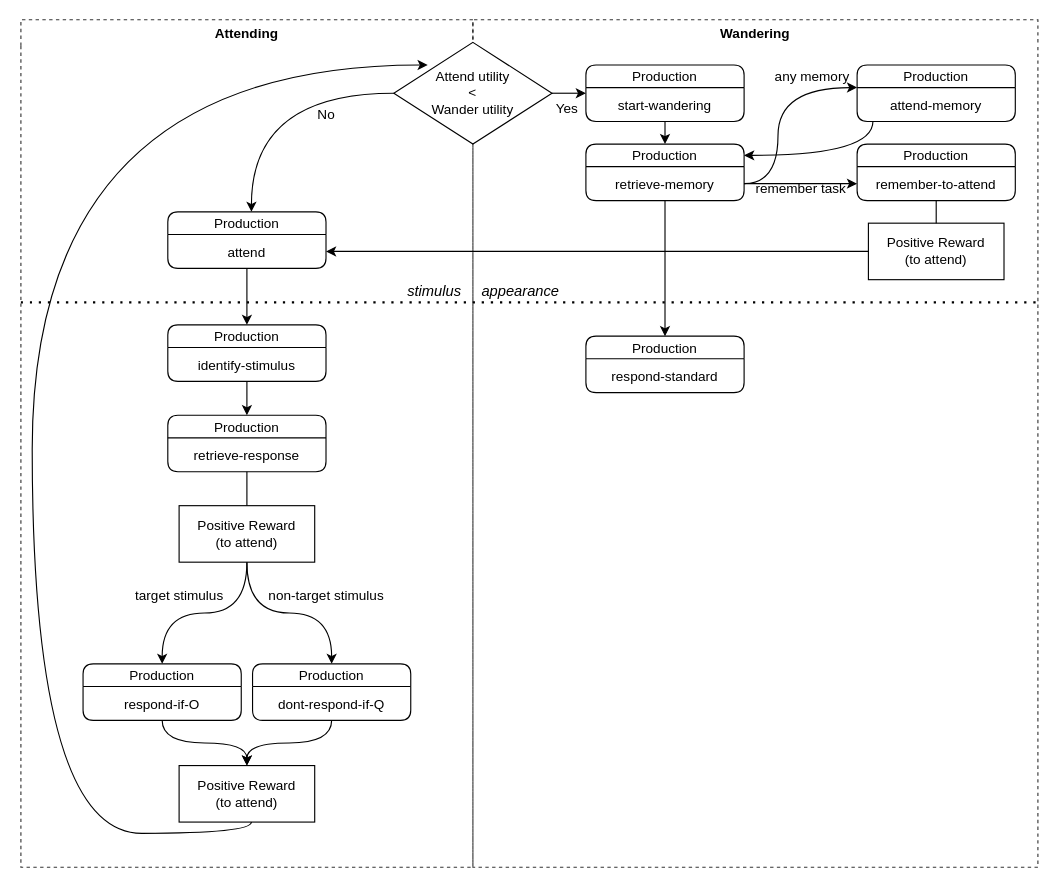
Before: Graph.drawio in joshbruegger/CognitiveModellingPractical2022, a draw.io diagram. Source tidied: cells renumbered, new cells numbered last; positions are measured from the earlier drawing's top-left corner, leaving out a move shared by most shapes. Both pictures are drawn from the tidied source at 113%, with x=0, y=0 at pixel (20, 19).
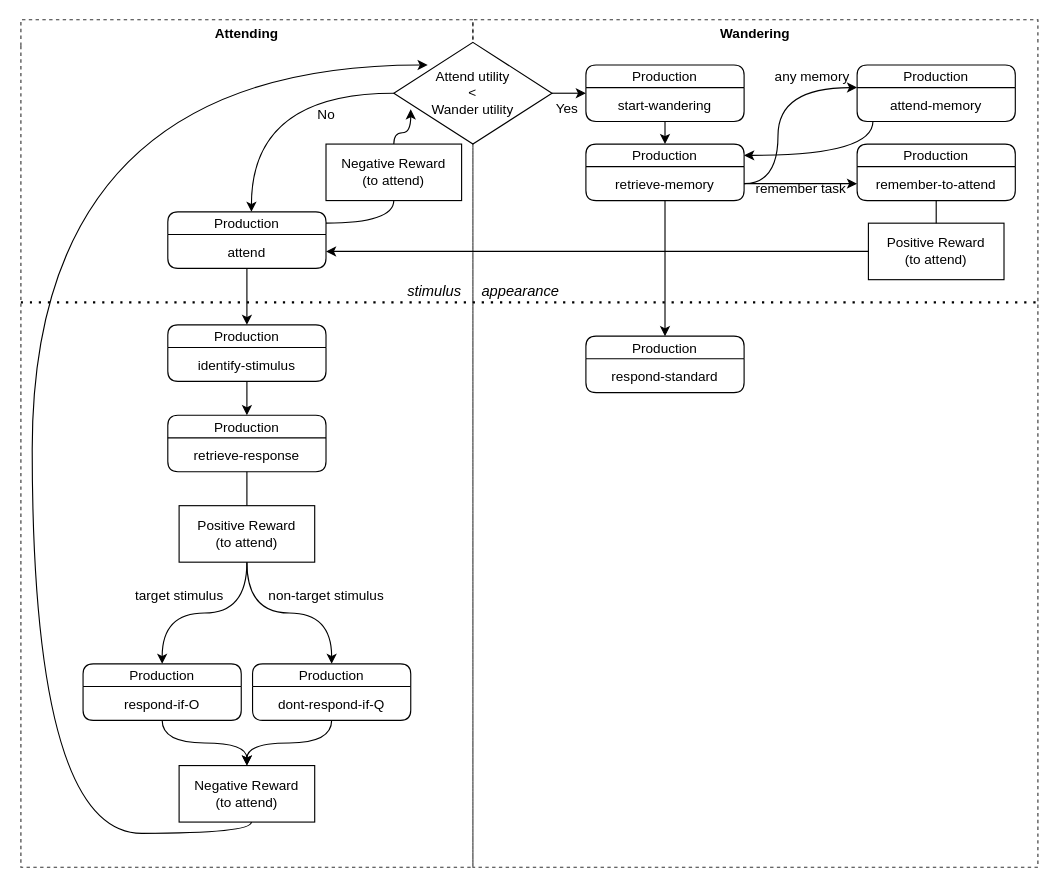
Above is the later version.

Unchanged cells that the change refers to:
```xml
<mxCell id="6" value="Attending" style="swimlane;fontSize=12;strokeColor=default;gradientColor=none;swimlaneFillColor=none;dashed=1;opacity=80;fillColor=none;swimlaneLine=0;" parent="1" vertex="1">
  <mxGeometry width="400" height="750" as="geometry" />
</mxCell>
<mxCell id="23" value="Production" style="swimlane;fontStyle=0;horizontal=1;startSize=20;rounded=1;shadow=0;glass=0;fillColor=none;" parent="6" vertex="1">
  <mxGeometry x="130" y="170" width="140" height="50" as="geometry" />
</mxCell>
<mxCell id="29" value="&lt;font style=&quot;font-size: 12px&quot;&gt;Attend utility&lt;br&gt;&amp;lt;&lt;br&gt;Wander utility&lt;br&gt;&lt;/font&gt;" style="rhombus;whiteSpace=wrap;html=1;fillColor=default;" parent="1" vertex="1">
  <mxGeometry x="330" y="20" width="140" height="90" as="geometry" />
</mxCell>
```

The edit, as a diff of the source:
```diff
@@
-    <mxCell id="15" value="Positive Reward&lt;br&gt;(to attend)" style="rounded=0;whiteSpace=wrap;html=1;fontSize=12;fillColor=none;" parent="6" vertex="1">
+    <mxCell id="15" value="Negative Reward&lt;br&gt;(to attend)" style="rounded=0;whiteSpace=wrap;html=1;fontSize=12;fillColor=none;" parent="6" vertex="1">
       <mxGeometry x="140" y="660" width="120" height="50" as="geometry" />
     </mxCell>
@@
+    <mxCell id="46" value="Negative Reward&lt;br&gt;(to attend)" style="rounded=0;whiteSpace=wrap;html=1;fontSize=12;fillColor=none;" parent="6" vertex="1">
+      <mxGeometry x="270" y="110" width="120" height="50" as="geometry" />
+    </mxCell>
+    <mxCell id="47" style="edgeStyle=orthogonalEdgeStyle;html=1;endArrow=none;curved=1;" parent="6" edge="1" source="23" target="46">
+      <mxGeometry relative="1" as="geometry">
+        <Array as="points">
+          <mxPoint x="330" y="180" />
+        </Array>
+      </mxGeometry>
+    </mxCell>
@@
+    <mxCell id="48" style="edgeStyle=orthogonalEdgeStyle;html=1;startArrow=none;entryX=0.107;entryY=0.658;entryDx=0;entryDy=0;entryPerimeter=0;curved=1;" parent="1" edge="1" source="46" target="29">
+      <mxGeometry relative="1" as="geometry">
+        <Array as="points">
+          <mxPoint x="330" y="100" />
+          <mxPoint x="345" y="100" />
+        </Array>
+      </mxGeometry>
+    </mxCell>
```
